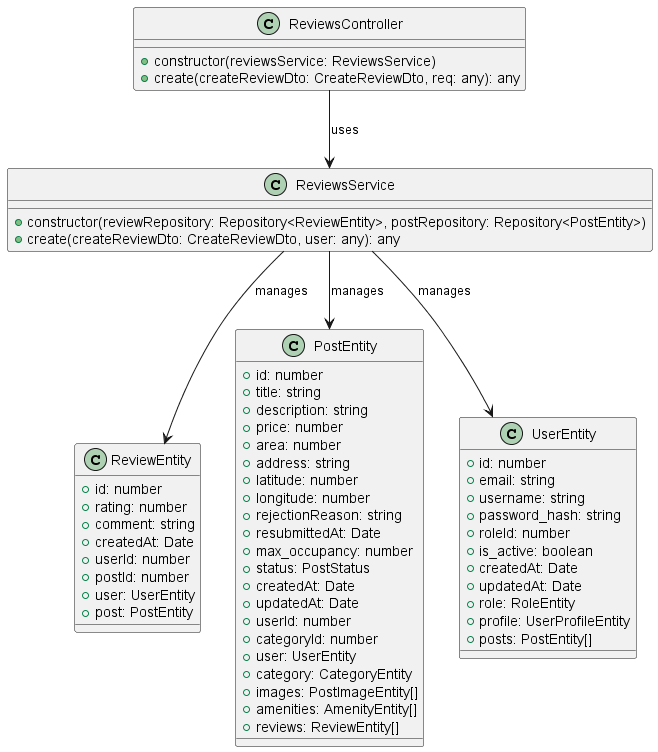
YueTruong/VLURentingProject keeps this PlantUML diagram as out/reviews-controller-diagram/Reviews Controller Diagram.png. Above is the earlier version.
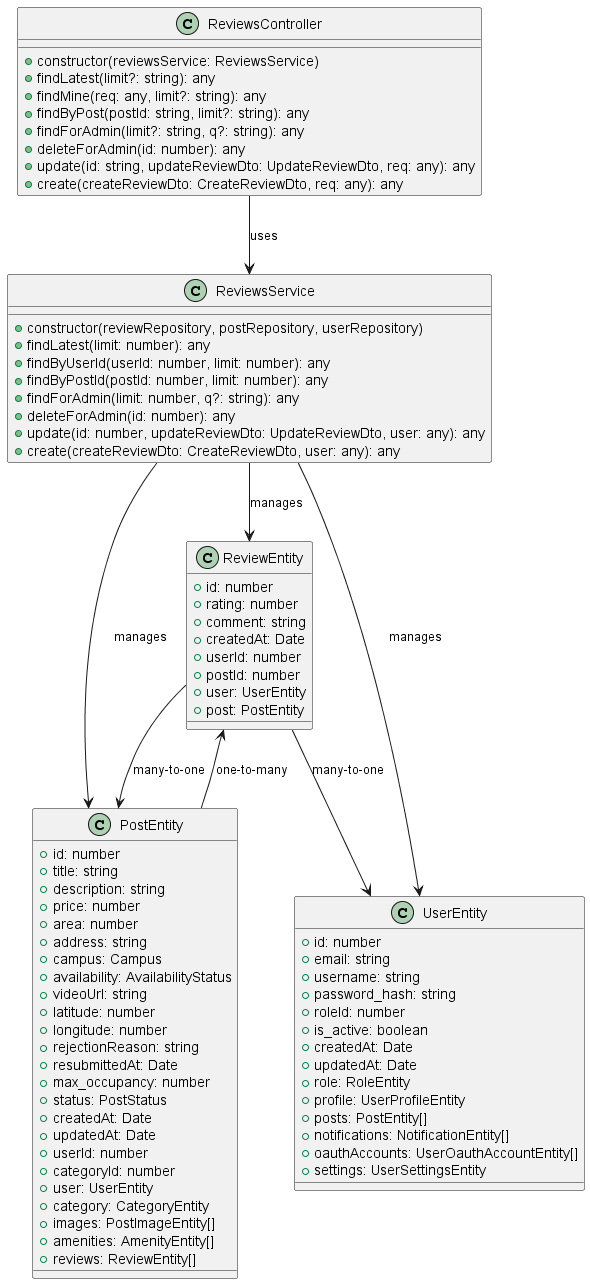
After the commit.

The edit, as a diff of the source:
```diff
@@ -2,11 +2,23 @@
 
 class ReviewsController {
   +constructor(reviewsService: ReviewsService)
+  +findLatest(limit?: string): any
+  +findMine(req: any, limit?: string): any
+  +findByPost(postId: string, limit?: string): any
+  +findForAdmin(limit?: string, q?: string): any
+  +deleteForAdmin(id: number): any
+  +update(id: string, updateReviewDto: UpdateReviewDto, req: any): any
   +create(createReviewDto: CreateReviewDto, req: any): any
 }
 
 class ReviewsService {
-  +constructor(reviewRepository: Repository<ReviewEntity>, postRepository: Repository<PostEntity>)
+  +constructor(reviewRepository, postRepository, userRepository)
+  +findLatest(limit: number): any
+  +findByUserId(userId: number, limit: number): any
+  +findByPostId(postId: number, limit: number): any
+  +findForAdmin(limit: number, q?: string): any
+  +deleteForAdmin(id: number): any
+  +update(id: number, updateReviewDto: UpdateReviewDto, user: any): any
   +create(createReviewDto: CreateReviewDto, user: any): any
 }
 
@@ -28,6 +40,9 @@
   +price: number
   +area: number
   +address: string
+  +campus: Campus
+  +availability: AvailabilityStatus
+  +videoUrl: string
   +latitude: number
   +longitude: number
   +rejectionReason: string
@@ -57,11 +72,17 @@
   +role: RoleEntity
   +profile: UserProfileEntity
   +posts: PostEntity[]
+  +notifications: NotificationEntity[]
+  +oauthAccounts: UserOauthAccountEntity[]
+  +settings: UserSettingsEntity
 }
 
 ReviewsController --> ReviewsService : uses
 ReviewsService --> ReviewEntity : manages
 ReviewsService --> PostEntity : manages
 ReviewsService --> UserEntity : manages
+ReviewEntity --> UserEntity : many-to-one
+ReviewEntity --> PostEntity : many-to-one
+PostEntity --> ReviewEntity : one-to-many
 
 @enduml
```
